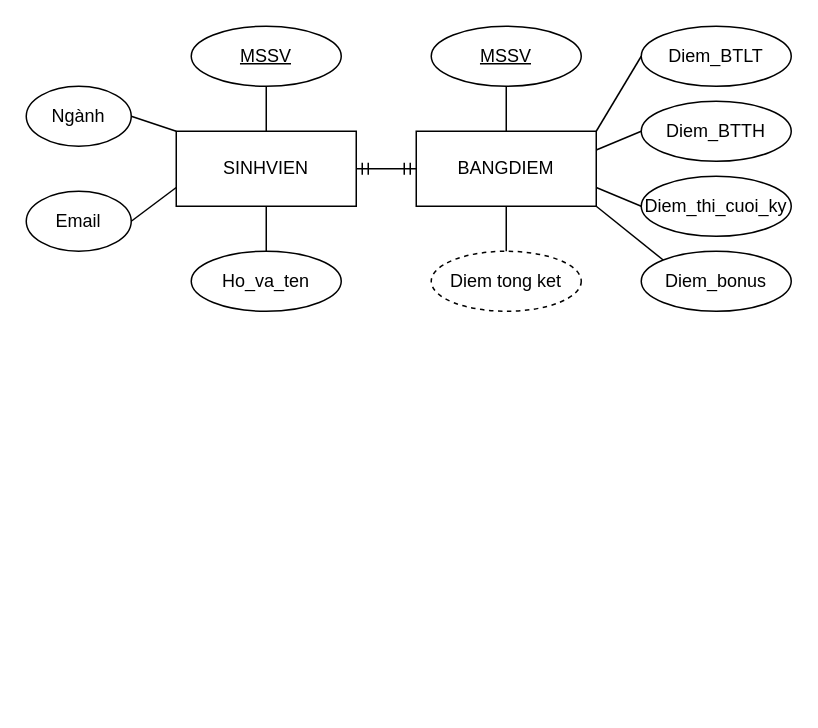
This is Untitled Diagram.drawio from LnhU08/DatabaseManagementSystem, a draw.io file, before an edit. Source tidied: cells renumbered, new cells numbered last; positions are measured from the earlier drawing's top-left corner, leaving out a move shared by most shapes. Both pictures are drawn from the tidied source at 150%, with x=0, y=0 at pixel (26, 26).
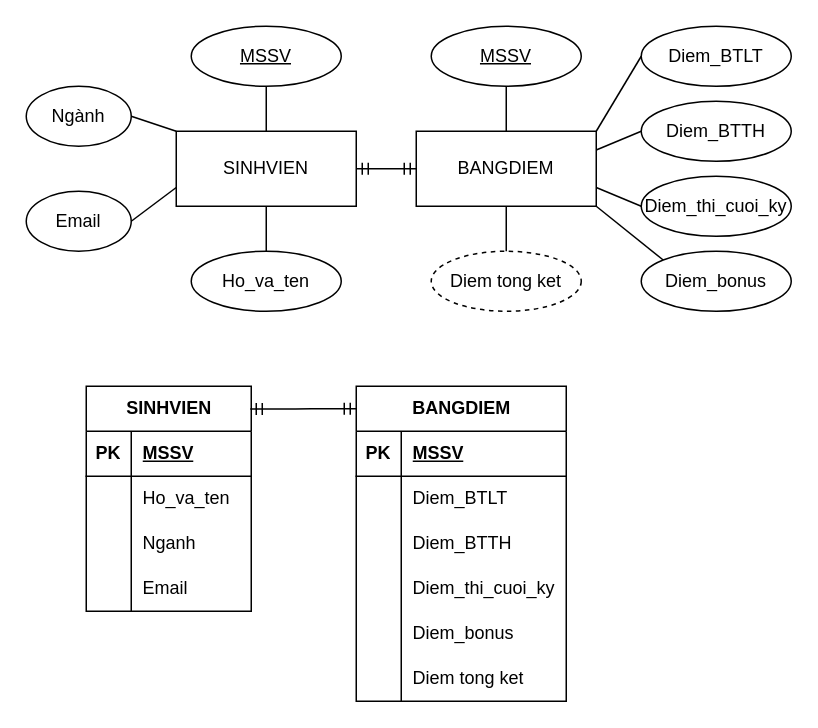
After the change.

Change to the diagram source:
```diff
@@
+    <mxCell id="25" value="BANGDIEM" style="shape=table;startSize=30;childLayout=tableLayout;rowLines=0;fontStyle=1;align=center;html=1;" parent="1" vertex="1">
+      <mxGeometry x="220" y="240" width="140" height="210" as="geometry" />
+    </mxCell>
+    <mxCell id="26" style="shape=tableRow;horizontal=0;startSize=0;swimlaneHead=0;swimlaneBody=0;fillColor=none;top=0;left=0;right=0;bottom=1;" parent="25" vertex="1">
+      <mxGeometry y="30" width="140" height="30" as="geometry" />
+    </mxCell>
+    <mxCell id="27" value="PK" style="shape=partialRectangle;fillColor=none;top=0;left=0;bottom=0;right=0;fontStyle=1;overflow=hidden;whiteSpace=wrap;html=1;" parent="26" vertex="1">
+      <mxGeometry width="30" height="30" as="geometry" />
+    </mxCell>
+    <mxCell id="28" value="MSSV" style="shape=partialRectangle;fillColor=none;top=0;left=0;bottom=0;right=0;align=left;spacingLeft=6;fontStyle=5;overflow=hidden;whiteSpace=wrap;html=1;" parent="26" vertex="1">
+      <mxGeometry x="30" width="110" height="30" as="geometry" />
+    </mxCell>
+    <mxCell id="29" style="shape=tableRow;horizontal=0;startSize=0;swimlaneHead=0;swimlaneBody=0;fillColor=none;top=0;left=0;right=0;bottom=0;" parent="25" vertex="1">
+      <mxGeometry y="60" width="140" height="30" as="geometry" />
+    </mxCell>
+    <mxCell id="30" style="shape=partialRectangle;fillColor=none;top=0;left=0;bottom=0;right=0;overflow=hidden;whiteSpace=wrap;html=1;" parent="29" vertex="1">
+      <mxGeometry width="30" height="30" as="geometry" />
+    </mxCell>
+    <mxCell id="31" value="Diem_BTLT" style="shape=partialRectangle;fillColor=none;top=0;left=0;bottom=0;right=0;align=left;spacingLeft=6;overflow=hidden;whiteSpace=wrap;html=1;" parent="29" vertex="1">
+      <mxGeometry x="30" width="110" height="30" as="geometry" />
+    </mxCell>
+    <mxCell id="32" style="shape=tableRow;horizontal=0;startSize=0;swimlaneHead=0;swimlaneBody=0;fillColor=none;top=0;left=0;right=0;bottom=0;" parent="25" vertex="1">
+      <mxGeometry y="90" width="140" height="30" as="geometry" />
+    </mxCell>
+    <mxCell id="33" style="shape=partialRectangle;fillColor=none;top=0;left=0;bottom=0;right=0;overflow=hidden;whiteSpace=wrap;html=1;" parent="32" vertex="1">
+      <mxGeometry width="30" height="30" as="geometry" />
+    </mxCell>
+    <mxCell id="34" value="Diem_BTTH" style="shape=partialRectangle;fillColor=none;top=0;left=0;bottom=0;right=0;align=left;spacingLeft=6;overflow=hidden;whiteSpace=wrap;html=1;" parent="32" vertex="1">
+      <mxGeometry x="30" width="110" height="30" as="geometry" />
+    </mxCell>
+    <mxCell id="35" style="shape=tableRow;horizontal=0;startSize=0;swimlaneHead=0;swimlaneBody=0;fillColor=none;top=0;left=0;right=0;bottom=0;" parent="25" vertex="1">
+      <mxGeometry y="120" width="140" height="30" as="geometry" />
+    </mxCell>
+    <mxCell id="36" style="shape=partialRectangle;fillColor=none;top=0;left=0;bottom=0;right=0;overflow=hidden;whiteSpace=wrap;html=1;" parent="35" vertex="1">
+      <mxGeometry width="30" height="30" as="geometry" />
+    </mxCell>
+    <mxCell id="37" value="Diem_thi_cuoi_ky" style="shape=partialRectangle;fillColor=none;top=0;left=0;bottom=0;right=0;align=left;spacingLeft=6;overflow=hidden;whiteSpace=wrap;html=1;" parent="35" vertex="1">
+      <mxGeometry x="30" width="110" height="30" as="geometry" />
+    </mxCell>
+    <mxCell id="38" style="shape=tableRow;horizontal=0;startSize=0;swimlaneHead=0;swimlaneBody=0;fillColor=none;top=0;left=0;right=0;bottom=0;" parent="25" vertex="1">
+      <mxGeometry y="150" width="140" height="30" as="geometry" />
+    </mxCell>
+    <mxCell id="39" style="shape=partialRectangle;fillColor=none;top=0;left=0;bottom=0;right=0;overflow=hidden;whiteSpace=wrap;html=1;" parent="38" vertex="1">
+      <mxGeometry width="30" height="30" as="geometry" />
+    </mxCell>
+    <mxCell id="40" value="Diem_bonus" style="shape=partialRectangle;fillColor=none;top=0;left=0;bottom=0;right=0;align=left;spacingLeft=6;overflow=hidden;whiteSpace=wrap;html=1;" parent="38" vertex="1">
+      <mxGeometry x="30" width="110" height="30" as="geometry" />
+    </mxCell>
+    <mxCell id="41" style="shape=tableRow;horizontal=0;startSize=0;swimlaneHead=0;swimlaneBody=0;fillColor=none;top=0;left=0;right=0;bottom=0;" parent="25" vertex="1">
+      <mxGeometry y="180" width="140" height="30" as="geometry" />
+    </mxCell>
+    <mxCell id="42" style="shape=partialRectangle;fillColor=none;top=0;left=0;bottom=0;right=0;overflow=hidden;whiteSpace=wrap;html=1;" parent="41" vertex="1">
+      <mxGeometry width="30" height="30" as="geometry" />
+    </mxCell>
+    <mxCell id="43" value="Diem tong ket" style="shape=partialRectangle;fillColor=none;top=0;left=0;bottom=0;right=0;align=left;spacingLeft=6;overflow=hidden;whiteSpace=wrap;html=1;" parent="41" vertex="1">
+      <mxGeometry x="30" width="110" height="30" as="geometry" />
+    </mxCell>
+    <mxCell id="44" value="SINHVIEN" style="shape=table;startSize=30;childLayout=tableLayout;rowLines=0;fontStyle=1;align=center;html=1;" parent="1" vertex="1">
+      <mxGeometry x="40" y="240" width="110" height="150" as="geometry" />
+    </mxCell>
+    <mxCell id="45" style="shape=tableRow;horizontal=0;startSize=0;swimlaneHead=0;swimlaneBody=0;fillColor=none;top=0;left=0;right=0;bottom=1;" parent="44" vertex="1">
+      <mxGeometry y="30" width="110" height="30" as="geometry" />
+    </mxCell>
+    <mxCell id="46" value="PK" style="shape=partialRectangle;fillColor=none;top=0;left=0;bottom=0;right=0;fontStyle=1;overflow=hidden;whiteSpace=wrap;html=1;" parent="45" vertex="1">
+      <mxGeometry width="30" height="30" as="geometry" />
+    </mxCell>
+    <mxCell id="47" value="MSSV" style="shape=partialRectangle;fillColor=none;top=0;left=0;bottom=0;right=0;align=left;spacingLeft=6;fontStyle=5;overflow=hidden;whiteSpace=wrap;html=1;" parent="45" vertex="1">
+      <mxGeometry x="30" width="80" height="30" as="geometry" />
+    </mxCell>
+    <mxCell id="48" style="shape=tableRow;horizontal=0;startSize=0;swimlaneHead=0;swimlaneBody=0;fillColor=none;top=0;left=0;right=0;bottom=0;" parent="44" vertex="1">
+      <mxGeometry y="60" width="110" height="30" as="geometry" />
+    </mxCell>
+    <mxCell id="49" style="shape=partialRectangle;fillColor=none;top=0;left=0;bottom=0;right=0;overflow=hidden;whiteSpace=wrap;html=1;" parent="48" vertex="1">
+      <mxGeometry width="30" height="30" as="geometry" />
+    </mxCell>
+    <mxCell id="50" value="Ho_va_ten" style="shape=partialRectangle;fillColor=none;top=0;left=0;bottom=0;right=0;align=left;spacingLeft=6;overflow=hidden;whiteSpace=wrap;html=1;" parent="48" vertex="1">
+      <mxGeometry x="30" width="80" height="30" as="geometry" />
+    </mxCell>
+    <mxCell id="51" style="shape=tableRow;horizontal=0;startSize=0;swimlaneHead=0;swimlaneBody=0;fillColor=none;top=0;left=0;right=0;bottom=0;" parent="44" vertex="1">
+      <mxGeometry y="90" width="110" height="30" as="geometry" />
+    </mxCell>
+    <mxCell id="52" style="shape=partialRectangle;fillColor=none;top=0;left=0;bottom=0;right=0;overflow=hidden;whiteSpace=wrap;html=1;" parent="51" vertex="1">
+      <mxGeometry width="30" height="30" as="geometry" />
+    </mxCell>
+    <mxCell id="53" value="Nganh" style="shape=partialRectangle;fillColor=none;top=0;left=0;bottom=0;right=0;align=left;spacingLeft=6;overflow=hidden;whiteSpace=wrap;html=1;" parent="51" vertex="1">
+      <mxGeometry x="30" width="80" height="30" as="geometry" />
+    </mxCell>
+    <mxCell id="54" style="shape=tableRow;horizontal=0;startSize=0;swimlaneHead=0;swimlaneBody=0;fillColor=none;top=0;left=0;right=0;bottom=0;" parent="44" vertex="1">
+      <mxGeometry y="120" width="110" height="30" as="geometry" />
+    </mxCell>
+    <mxCell id="55" style="shape=partialRectangle;fillColor=none;top=0;left=0;bottom=0;right=0;overflow=hidden;whiteSpace=wrap;html=1;" parent="54" vertex="1">
+      <mxGeometry width="30" height="30" as="geometry" />
+    </mxCell>
+    <mxCell id="56" value="Email" style="shape=partialRectangle;fillColor=none;top=0;left=0;bottom=0;right=0;align=left;spacingLeft=6;overflow=hidden;whiteSpace=wrap;html=1;" parent="54" vertex="1">
+      <mxGeometry x="30" width="80" height="30" as="geometry" />
+    </mxCell>
+    <mxCell id="57" style="edgeStyle=entityRelationEdgeStyle;fontSize=12;html=1;endArrow=ERmandOne;startArrow=ERmandOne;rounded=0;exitX=0.994;exitY=0.101;exitDx=0;exitDy=0;exitPerimeter=0;" parent="1" edge="1" source="44">
+      <mxGeometry relative="1" as="geometry">
+        <mxPoint x="220" y="255" as="targetPoint" />
+      </mxGeometry>
+    </mxCell>
```
